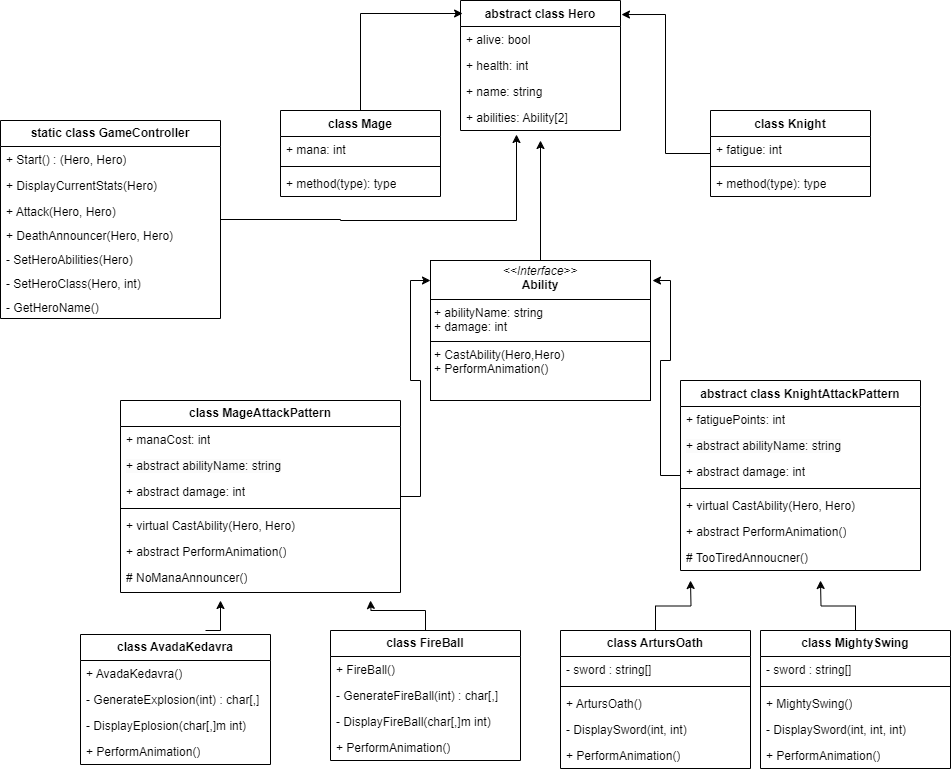
Above: Untitled Diagram.png in KoksiOfficial/Ingeniring_Lab01 (draw.io), before the change. Source tidied: cells renumbered, new cells last; positions are measured from the earlier drawing's top-left corner, leaving out a move shared by most shapes.
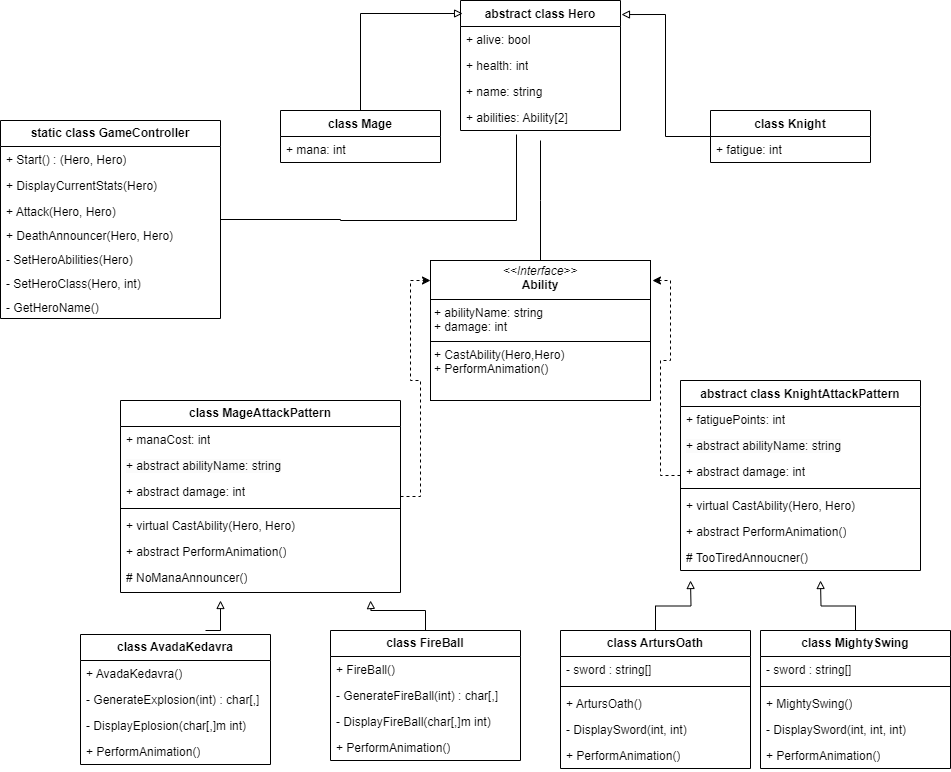
Later version of the same file.

Change to the diagram source:
```diff
@@ -18,30 +18,18 @@
       <mxGeometry y="104" width="160" height="26" as="geometry" />
     </mxCell>
     <mxCell id="7" value="class Mage" style="swimlane;fontStyle=1;align=center;verticalAlign=top;horizontal=1;startSize=26;whiteSpace=wrap;html=1;" parent="1" vertex="1">
-      <mxGeometry x="280" y="110" width="160" height="86" as="geometry" />
+      <mxGeometry x="280" y="110" width="160" height="52" as="geometry" />
     </mxCell>
     <mxCell id="8" value="+ mana: int" style="text;strokeColor=none;fillColor=none;align=left;verticalAlign=top;spacingLeft=4;spacingRight=4;overflow=hidden;whiteSpace=wrap;html=1;" parent="7" vertex="1">
       <mxGeometry y="26" width="160" height="26" as="geometry" />
     </mxCell>
-    <mxCell id="9" style="line;strokeWidth=1;fillColor=none;align=left;verticalAlign=middle;spacingTop=-1;spacingLeft=3;spacingRight=3;labelPosition=right;strokeColor=inherit;" parent="7" vertex="1">
-      <mxGeometry y="52" width="160" height="8" as="geometry" />
-    </mxCell>
-    <mxCell id="10" value="+ method(type): type" style="text;strokeColor=none;fillColor=none;align=left;verticalAlign=top;spacingLeft=4;spacingRight=4;overflow=hidden;whiteSpace=wrap;html=1;" parent="7" vertex="1">
-      <mxGeometry y="60" width="160" height="26" as="geometry" />
-    </mxCell>
     <mxCell id="11" value="class Knight" style="swimlane;fontStyle=1;align=center;verticalAlign=top;horizontal=1;startSize=26;whiteSpace=wrap;html=1;" parent="1" vertex="1">
-      <mxGeometry x="710" y="110" width="160" height="86" as="geometry" />
+      <mxGeometry x="710" y="110" width="160" height="52" as="geometry" />
     </mxCell>
     <mxCell id="12" value="+ fatigue: int" style="text;strokeColor=none;fillColor=none;align=left;verticalAlign=top;spacingLeft=4;spacingRight=4;overflow=hidden;whiteSpace=wrap;html=1;" parent="11" vertex="1">
       <mxGeometry y="26" width="160" height="26" as="geometry" />
     </mxCell>
-    <mxCell id="13" style="line;strokeWidth=1;fillColor=none;align=left;verticalAlign=middle;spacingTop=-1;spacingLeft=3;spacingRight=3;labelPosition=right;strokeColor=inherit;" parent="11" vertex="1">
-      <mxGeometry y="52" width="160" height="8" as="geometry" />
-    </mxCell>
-    <mxCell id="14" value="+ method(type): type" style="text;strokeColor=none;fillColor=none;align=left;verticalAlign=top;spacingLeft=4;spacingRight=4;overflow=hidden;whiteSpace=wrap;html=1;" parent="11" vertex="1">
-      <mxGeometry y="60" width="160" height="26" as="geometry" />
-    </mxCell>
-    <mxCell id="15" style="edgeStyle=orthogonalEdgeStyle;rounded=0;jettySize=auto;html=1;exitX=0.5;exitY=0;exitDx=0;exitDy=0;" parent="1" edge="1" source="16">
+    <mxCell id="15" style="edgeStyle=orthogonalEdgeStyle;rounded=0;jettySize=auto;html=1;exitX=0.5;exitY=0;exitDx=0;exitDy=0;endArrow=none;endFill=0;" parent="1" edge="1" source="16">
       <mxGeometry relative="1" as="geometry">
         <mxPoint x="540" y="140" as="targetPoint" />
       </mxGeometry>
@@ -97,7 +85,7 @@
     <mxCell id="32" value="# TooTiredAnnoucner()" style="text;strokeColor=none;fillColor=none;align=left;verticalAlign=top;spacingLeft=4;spacingRight=4;overflow=hidden;whiteSpace=wrap;html=1;" parent="25" vertex="1">
       <mxGeometry y="164" width="240" height="26" as="geometry" />
     </mxCell>
-    <mxCell id="33" style="edgeStyle=orthogonalEdgeStyle;rounded=0;orthogonalLoop=1;jettySize=auto;html=1;" parent="1" edge="1">
+    <mxCell id="33" style="edgeStyle=orthogonalEdgeStyle;rounded=0;orthogonalLoop=1;jettySize=auto;html=1;endArrow=block;endFill=0;" parent="1" edge="1">
       <mxGeometry relative="1" as="geometry">
         <mxPoint x="205" y="630" as="sourcePoint" />
         <mxPoint x="220" y="600" as="targetPoint" />
@@ -118,7 +106,7 @@
     <mxCell id="38" value="+ PerformAnimation()" style="text;strokeColor=none;fillColor=none;align=left;verticalAlign=top;spacingLeft=4;spacingRight=4;overflow=hidden;whiteSpace=wrap;html=1;" parent="34" vertex="1">
       <mxGeometry y="104" width="190" height="26" as="geometry" />
     </mxCell>
-    <mxCell id="39" style="edgeStyle=orthogonalEdgeStyle;rounded=0;jettySize=auto;html=1;" parent="1" edge="1" source="40">
+    <mxCell id="39" style="edgeStyle=orthogonalEdgeStyle;rounded=0;jettySize=auto;html=1;endArrow=block;endFill=0;" parent="1" edge="1" source="40">
       <mxGeometry relative="1" as="geometry">
         <mxPoint x="370" y="600" as="targetPoint" />
       </mxGeometry>
@@ -138,7 +126,7 @@
     <mxCell id="44" value="+ PerformAnimation()" style="text;strokeColor=none;fillColor=none;align=left;verticalAlign=top;spacingLeft=4;spacingRight=4;overflow=hidden;whiteSpace=wrap;html=1;" parent="40" vertex="1">
       <mxGeometry y="104" width="190" height="26" as="geometry" />
     </mxCell>
-    <mxCell id="45" style="edgeStyle=orthogonalEdgeStyle;rounded=0;jettySize=auto;html=1;" parent="1" edge="1" source="46">
+    <mxCell id="45" style="edgeStyle=orthogonalEdgeStyle;rounded=0;jettySize=auto;html=1;endArrow=block;endFill=0;" parent="1" edge="1" source="46">
       <mxGeometry relative="1" as="geometry">
         <mxPoint x="690" y="580" as="targetPoint" />
       </mxGeometry>
@@ -161,7 +149,7 @@
     <mxCell id="51" value="+ PerformAnimation()" style="text;strokeColor=none;fillColor=none;align=left;verticalAlign=top;spacingLeft=4;spacingRight=4;overflow=hidden;whiteSpace=wrap;html=1;" parent="46" vertex="1">
       <mxGeometry y="112" width="190" height="26" as="geometry" />
     </mxCell>
-    <mxCell id="52" style="edgeStyle=orthogonalEdgeStyle;rounded=0;jettySize=auto;html=1;" parent="1" edge="1" source="53">
+    <mxCell id="52" style="edgeStyle=orthogonalEdgeStyle;rounded=0;jettySize=auto;html=1;endArrow=block;endFill=0;" parent="1" edge="1" source="53">
       <mxGeometry relative="1" as="geometry">
         <mxPoint x="820" y="580" as="targetPoint" />
       </mxGeometry>
@@ -208,19 +196,19 @@
     <mxCell id="66" value="- GetHeroName()" style="text;strokeColor=none;fillColor=none;align=left;verticalAlign=top;spacingLeft=4;spacingRight=4;overflow=hidden;whiteSpace=wrap;html=1;" parent="59" vertex="1">
       <mxGeometry y="174" width="220" height="24" as="geometry" />
     </mxCell>
-    <mxCell id="67" style="edgeStyle=orthogonalEdgeStyle;rounded=0;jettySize=auto;html=1;exitX=0.5;exitY=0;exitDx=0;exitDy=0;entryX=0.013;entryY=0.1;entryDx=0;entryDy=0;entryPerimeter=0;" parent="1" edge="1" source="7" target="2">
+    <mxCell id="67" style="edgeStyle=orthogonalEdgeStyle;rounded=0;jettySize=auto;html=1;exitX=0.5;exitY=0;exitDx=0;exitDy=0;entryX=0.013;entryY=0.1;entryDx=0;entryDy=0;entryPerimeter=0;endArrow=block;endFill=0;" parent="1" edge="1" source="7" target="2">
       <mxGeometry relative="1" as="geometry" />
     </mxCell>
-    <mxCell id="68" style="edgeStyle=orthogonalEdgeStyle;rounded=0;jettySize=auto;html=1;entryX=1.006;entryY=0.108;entryDx=0;entryDy=0;entryPerimeter=0;" parent="1" edge="1" source="11" target="2">
+    <mxCell id="68" style="edgeStyle=orthogonalEdgeStyle;rounded=0;jettySize=auto;html=1;entryX=1.006;entryY=0.108;entryDx=0;entryDy=0;entryPerimeter=0;endArrow=block;endFill=0;" parent="1" edge="1" source="11" target="2">
       <mxGeometry relative="1" as="geometry" />
     </mxCell>
-    <mxCell id="69" style="edgeStyle=orthogonalEdgeStyle;rounded=0;jettySize=auto;html=1;entryX=0;entryY=0.143;entryDx=0;entryDy=0;entryPerimeter=0;" parent="1" edge="1" source="17" target="16">
+    <mxCell id="69" style="edgeStyle=orthogonalEdgeStyle;rounded=0;jettySize=auto;html=1;entryX=0;entryY=0.143;entryDx=0;entryDy=0;entryPerimeter=0;dashed=1;" parent="1" edge="1" source="17" target="16">
       <mxGeometry relative="1" as="geometry" />
     </mxCell>
-    <mxCell id="70" style="edgeStyle=orthogonalEdgeStyle;rounded=0;jettySize=auto;html=1;entryX=1.009;entryY=0.143;entryDx=0;entryDy=0;entryPerimeter=0;" parent="1" edge="1" source="25" target="16">
+    <mxCell id="70" style="edgeStyle=orthogonalEdgeStyle;rounded=0;jettySize=auto;html=1;entryX=1.009;entryY=0.143;entryDx=0;entryDy=0;entryPerimeter=0;dashed=1;" parent="1" edge="1" source="25" target="16">
       <mxGeometry relative="1" as="geometry" />
     </mxCell>
-    <mxCell id="71" style="edgeStyle=orthogonalEdgeStyle;rounded=0;jettySize=auto;html=1;entryX=0.35;entryY=1.154;entryDx=0;entryDy=0;entryPerimeter=0;" parent="1" edge="1" source="59" target="6">
+    <mxCell id="71" style="edgeStyle=orthogonalEdgeStyle;rounded=0;jettySize=auto;html=1;entryX=0.35;entryY=1.154;entryDx=0;entryDy=0;entryPerimeter=0;endArrow=none;endFill=0;startArrow=none;startFill=0;" parent="1" edge="1" source="59" target="6">
       <mxGeometry relative="1" as="geometry">
         <Array as="points">
           <mxPoint x="340" y="219" />
```
